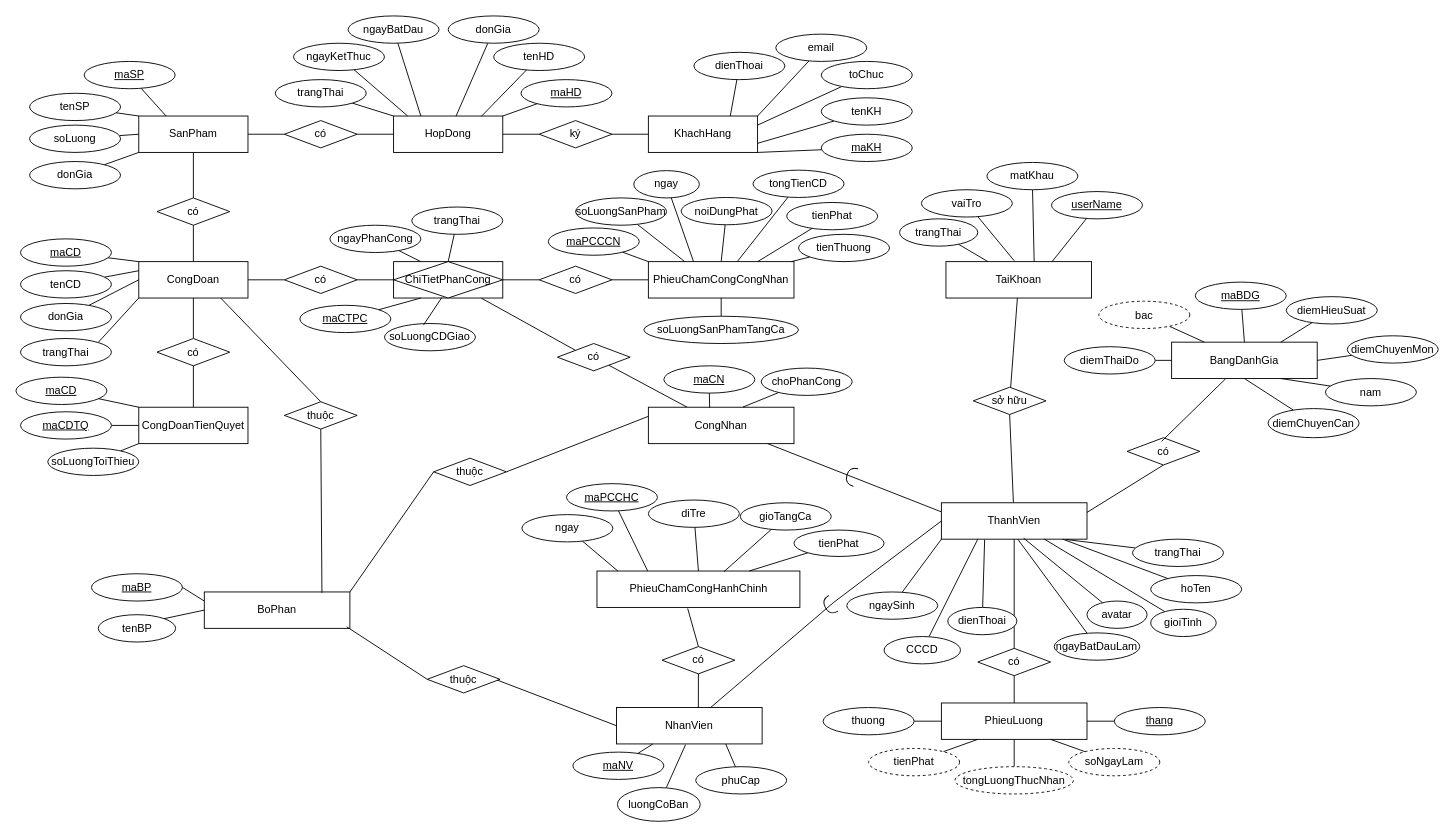
This is page "EER" (3 of 3) of diagrams/diagrams.drawio from TomTom2k/-management-of-a-ceramic-processing-company, a draw.io file, before an edit. Source tidied: cells renumbered, new cells numbered last; positions are measured from the earlier drawing's top-left corner, leaving out a move shared by most shapes. Both pictures are drawn from the tidied source at 91%, with x=0, y=0 at pixel (15, 15).
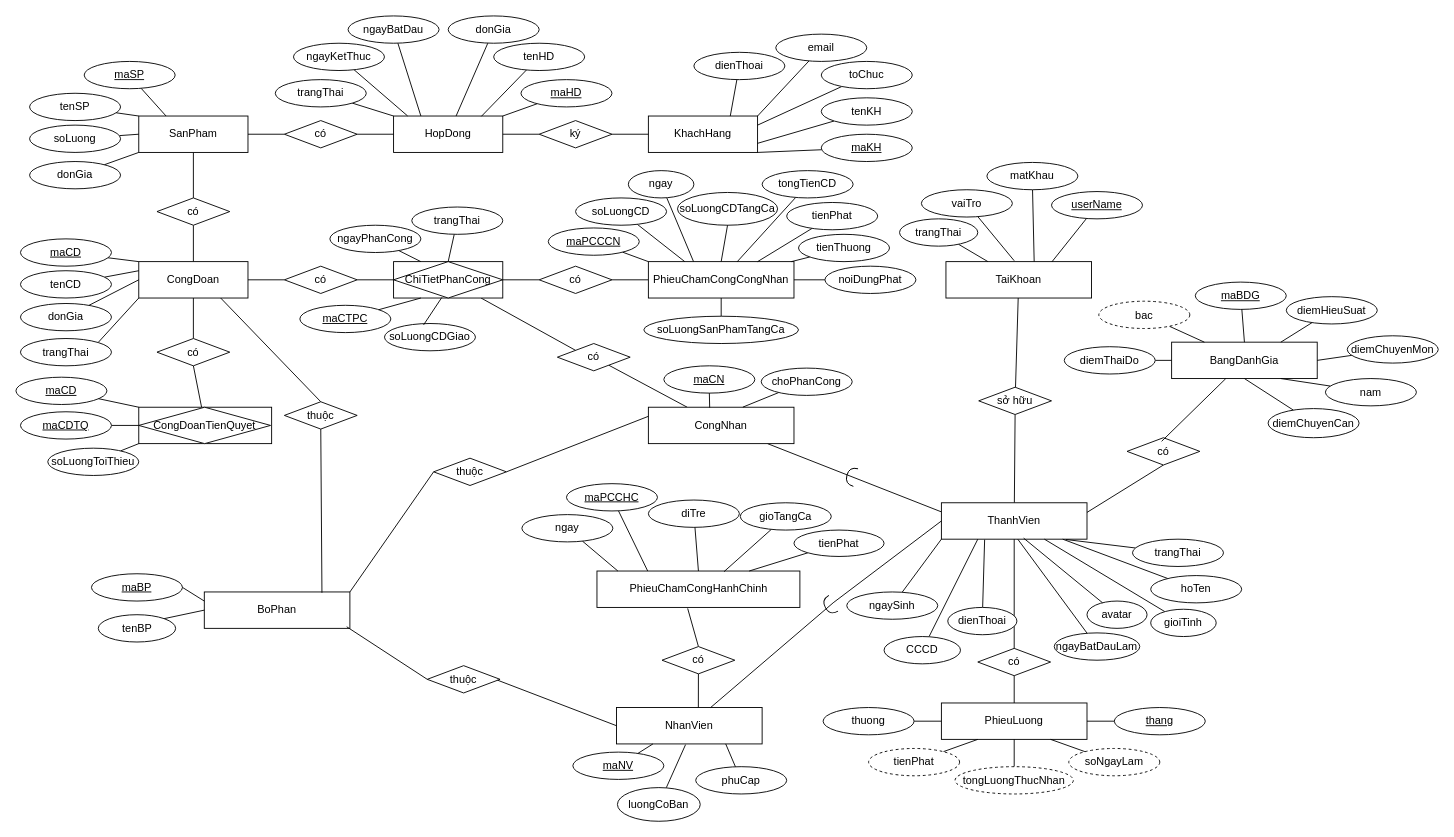
After the change.

Unchanged cells that the change refers to:
```xml
<mxCell id="25" value="PhieuChamCongCongNhan&lt;br&gt;" style="rounded=0;whiteSpace=wrap;html=1;fillColor=default;strokeColor=default;" parent="1" vertex="1">
  <mxGeometry x="695" y="270" width="160" height="40" as="geometry" />
</mxCell>
```

The edit, as a diff of the source:
```diff
@@
-    <mxCell id="18" value="CongDoanTienQuyet" style="rounded=0;whiteSpace=wrap;html=1;" parent="1" vertex="1">
-      <mxGeometry x="135" y="430" width="120" height="40" as="geometry" />
+    <mxCell id="18" style="rounded=0;whiteSpace=wrap;html=1;" parent="1" vertex="1">
+      <mxGeometry x="135" y="430" width="146" height="40" as="geometry" />
     </mxCell>
@@
     <mxCell id="45" value="sở hữu" style="rhombus;whiteSpace=wrap;html=1;" parent="1" vertex="1">
-      <mxGeometry x="1052" y="408" width="80" height="30" as="geometry" />
+      <mxGeometry x="1058" y="408" width="80" height="30" as="geometry" />
     </mxCell>
@@
-    <mxCell id="116" value="soLuongSanPham" style="ellipse;whiteSpace=wrap;html=1;align=center;" parent="1" vertex="1">
+    <mxCell id="116" value="soLuongCD" style="ellipse;whiteSpace=wrap;html=1;align=center;" parent="1" vertex="1">
       <mxGeometry x="615" y="200" width="100" height="30" as="geometry" />
     </mxCell>
@@
     <mxCell id="118" value="ngay" style="ellipse;whiteSpace=wrap;html=1;align=center;" parent="1" vertex="1">
-      <mxGeometry x="679" y="170" width="72" height="30" as="geometry" />
+      <mxGeometry x="673" y="170" width="72" height="30" as="geometry" />
     </mxCell>
@@
     <mxCell id="120" value="tongTienCD" style="ellipse;whiteSpace=wrap;html=1;align=center;" parent="1" vertex="1">
-      <mxGeometry x="810" y="169.5" width="100" height="30" as="geometry" />
+      <mxGeometry x="820" y="170" width="100" height="30" as="geometry" />
     </mxCell>
@@
-    <mxCell id="180" value="noiDungPhat" style="ellipse;whiteSpace=wrap;html=1;align=center;" parent="1" vertex="1">
-      <mxGeometry x="731" y="199.5" width="100" height="30" as="geometry" />
+    <mxCell id="180" value="soLuongCDTangCa" style="ellipse;whiteSpace=wrap;html=1;align=center;" parent="1" vertex="1">
+      <mxGeometry x="727" y="194" width="110" height="36" as="geometry" />
     </mxCell>
-    <mxCell id="181" style="edgeStyle=none;rounded=0;jettySize=auto;html=1;entryX=0.5;entryY=0;entryDx=0;entryDy=0;endArrow=none;endFill=0;" parent="1" edge="1" source="180" target="25">
+    <mxCell id="181" style="edgeStyle=none;rounded=0;jettySize=auto;html=1;entryX=1;entryY=0.5;entryDx=0;entryDy=0;endArrow=none;endFill=0;exitX=0;exitY=0.5;exitDx=0;exitDy=0;" parent="1" edge="1" source="206" target="25">
       <mxGeometry relative="1" as="geometry" />
     </mxCell>
@@
+    <mxCell id="205" value="CongDoanTienQuyet" style="rhombus;whiteSpace=wrap;html=1;" parent="1" vertex="1">
+      <mxGeometry x="135" y="430" width="144.8" height="40" as="geometry" />
+    </mxCell>
+    <mxCell id="206" value="noiDungPhat" style="ellipse;whiteSpace=wrap;html=1;align=center;" parent="1" vertex="1">
+      <mxGeometry x="889" y="275" width="100" height="30" as="geometry" />
+    </mxCell>
+    <mxCell id="207" style="edgeStyle=none;rounded=0;jettySize=auto;html=1;entryX=0.5;entryY=0;entryDx=0;entryDy=0;endArrow=none;endFill=0;exitX=0.5;exitY=1;exitDx=0;exitDy=0;" parent="1" edge="1" source="180" target="25">
+      <mxGeometry relative="1" as="geometry" />
+    </mxCell>
```
